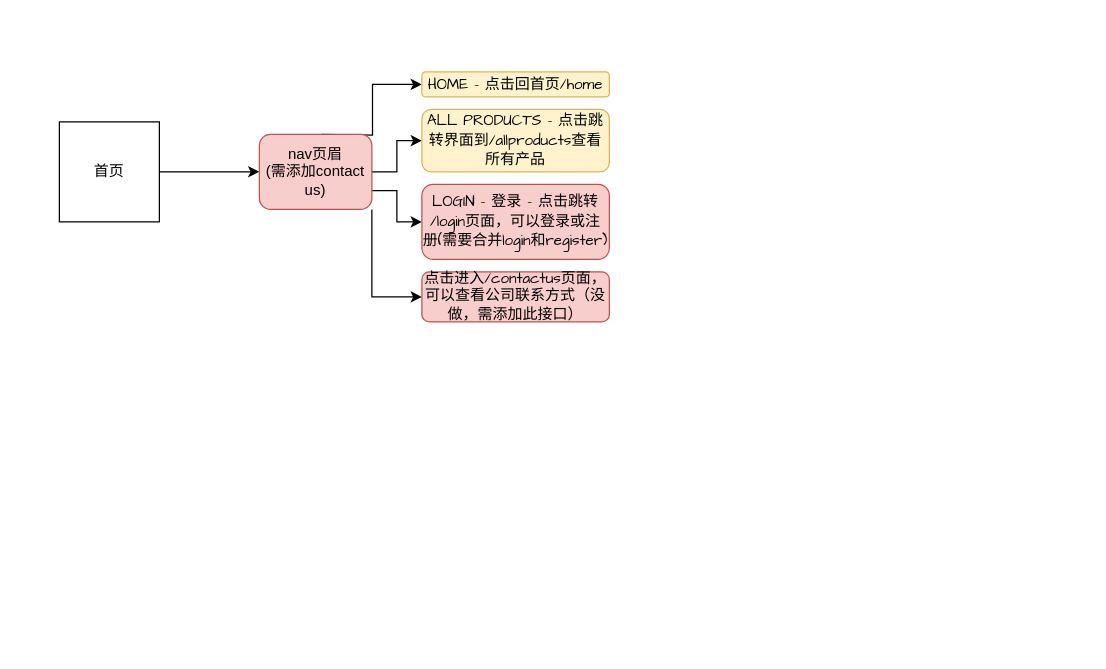
Before: Page_Diagram/pet.drawio in dzwfighting/pet, a draw.io diagram. Source tidied: cells renumbered, new cells numbered last; positions are measured from the earlier drawing's top-left corner, leaving out a move shared by most shapes. Both pictures are drawn from the tidied source at 125%, with x=0, y=0 at pixel (59, 71).
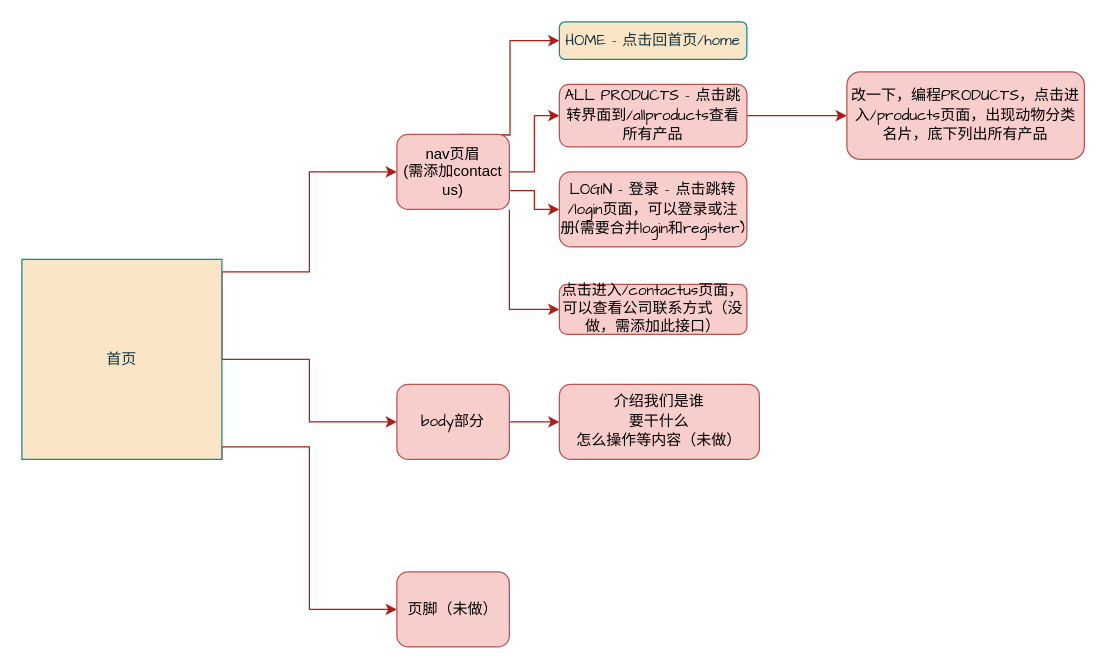
Above is the later version.

The edit, as a diff of the source:
```diff
@@
-    <mxCell id="2" style="edgeStyle=orthogonalEdgeStyle;rounded=0;jettySize=auto;html=1;exitX=1;exitY=0.5;exitDx=0;exitDy=0;" parent="1" edge="1" source="3">
+    <mxCell id="2" style="edgeStyle=orthogonalEdgeStyle;rounded=0;jettySize=auto;html=1;exitX=1;exitY=0.5;exitDx=0;exitDy=0;entryX=0;entryY=0.5;entryDx=0;entryDy=0;labelBackgroundColor=none;strokeColor=#A8201A;fontColor=default;" parent="1" edge="1" source="3" target="8">
       <mxGeometry relative="1" as="geometry">
-        <mxPoint x="160" y="79.9" as="targetPoint" />
+        <Array as="points">
+          <mxPoint x="130" y="160" />
+          <mxPoint x="200" y="160" />
+          <mxPoint x="200" y="80" />
+        </Array>
       </mxGeometry>
     </mxCell>
+    <mxCell id="13" style="edgeStyle=orthogonalEdgeStyle;rounded=0;jettySize=auto;html=1;labelBackgroundColor=none;strokeColor=#A8201A;fontColor=default;" parent="1" edge="1" source="3" target="17">
+      <mxGeometry relative="1" as="geometry">
+        <Array as="points">
+          <mxPoint x="200" y="230" />
+          <mxPoint x="200" y="280" />
+        </Array>
+      </mxGeometry>
+    </mxCell>
+    <mxCell id="14" style="edgeStyle=orthogonalEdgeStyle;rounded=0;jettySize=auto;html=1;exitX=1;exitY=1;exitDx=0;exitDy=0;entryX=0;entryY=0.5;entryDx=0;entryDy=0;strokeColor=#A8201A;fontColor=#143642;fillColor=#FAE5C7;" parent="1" edge="1" source="3" target="18">
+      <mxGeometry relative="1" as="geometry">
+        <Array as="points">
+          <mxPoint x="130" y="300" />
+          <mxPoint x="200" y="300" />
+          <mxPoint x="200" y="430" />
+        </Array>
+      </mxGeometry>
+    </mxCell>
-    <mxCell id="3" value="首页" style="whiteSpace=wrap;html=1;" parent="1" vertex="1">
-      <mxGeometry y="40" width="80" height="80" as="geometry" />
+    <mxCell id="3" value="首页" style="whiteSpace=wrap;html=1;labelBackgroundColor=none;fillColor=#FAE5C7;strokeColor=#0F8B8D;fontColor=#143642;" parent="1" vertex="1">
+      <mxGeometry x="-30" y="150" width="160" height="160" as="geometry" />
     </mxCell>
-    <mxCell id="4" style="edgeStyle=orthogonalEdgeStyle;rounded=0;jettySize=auto;html=1;entryX=0;entryY=0.5;entryDx=0;entryDy=0;" parent="1" edge="1" target="9">
+    <mxCell id="4" style="edgeStyle=orthogonalEdgeStyle;rounded=0;jettySize=auto;html=1;entryX=0;entryY=0.5;entryDx=0;entryDy=0;labelBackgroundColor=none;strokeColor=#A8201A;fontColor=default;" parent="1" edge="1" target="9">
       <mxGeometry relative="1" as="geometry">
-        <mxPoint x="210" y="50" as="sourcePoint" />
+        <mxPoint x="320" y="50" as="sourcePoint" />
       </mxGeometry>
     </mxCell>
-    <mxCell id="5" style="edgeStyle=orthogonalEdgeStyle;rounded=0;jettySize=auto;html=1;" parent="1" edge="1" source="8" target="10">
+    <mxCell id="5" style="edgeStyle=orthogonalEdgeStyle;rounded=0;jettySize=auto;html=1;labelBackgroundColor=none;strokeColor=#A8201A;fontColor=default;" parent="1" edge="1" source="8" target="10">
       <mxGeometry relative="1" as="geometry" />
     </mxCell>
-    <mxCell id="6" style="edgeStyle=orthogonalEdgeStyle;rounded=0;jettySize=auto;html=1;exitX=1;exitY=0.75;exitDx=0;exitDy=0;entryX=0;entryY=0.5;entryDx=0;entryDy=0;" parent="1" edge="1" source="8" target="11">
+    <mxCell id="6" style="edgeStyle=orthogonalEdgeStyle;rounded=0;jettySize=auto;html=1;exitX=1;exitY=0.75;exitDx=0;exitDy=0;entryX=0;entryY=0.5;entryDx=0;entryDy=0;labelBackgroundColor=none;strokeColor=#A8201A;fontColor=default;" parent="1" edge="1" source="8" target="11">
       <mxGeometry relative="1" as="geometry" />
     </mxCell>
-    <mxCell id="7" style="edgeStyle=orthogonalEdgeStyle;rounded=0;jettySize=auto;html=1;exitX=1;exitY=1;exitDx=0;exitDy=0;entryX=0;entryY=0.5;entryDx=0;entryDy=0;" parent="1" edge="1" source="8" target="12">
+    <mxCell id="7" style="edgeStyle=orthogonalEdgeStyle;rounded=0;jettySize=auto;html=1;exitX=1;exitY=1;exitDx=0;exitDy=0;entryX=0;entryY=0.5;entryDx=0;entryDy=0;labelBackgroundColor=none;strokeColor=#A8201A;fontColor=default;" parent="1" edge="1" source="8" target="12">
       <mxGeometry relative="1" as="geometry" />
     </mxCell>
-    <mxCell id="8" value="nav页眉&lt;br&gt;(需添加contact us)" style="rounded=1;whiteSpace=wrap;html=1;fillColor=#f8cecc;strokeColor=#b85450;" parent="1" vertex="1">
-      <mxGeometry x="160" y="50" width="90" height="60" as="geometry" />
+    <mxCell id="8" value="nav页眉&lt;br&gt;(需添加contact us)" style="rounded=1;whiteSpace=wrap;html=1;fillColor=#f8cecc;strokeColor=#b85450;labelBackgroundColor=none;" parent="1" vertex="1">
+      <mxGeometry x="270" y="50" width="90" height="60" as="geometry" />
     </mxCell>
-    <mxCell id="9" value="&lt;font face=&quot;Comic Sans MS&quot;&gt;HOME - 点击回首页/home&lt;/font&gt;" style="whiteSpace=wrap;html=1;rounded=1;fillColor=#fff2cc;strokeColor=#d6b656;" parent="1" vertex="1">
-      <mxGeometry x="290" width="150" height="20" as="geometry" />
+    <mxCell id="9" value="&lt;font face=&quot;Comic Sans MS&quot;&gt;HOME - 点击回首页/home&lt;/font&gt;" style="whiteSpace=wrap;html=1;rounded=1;fillColor=#FAE5C7;strokeColor=#0F8B8D;labelBackgroundColor=none;fontColor=#143642;" parent="1" vertex="1">
+      <mxGeometry x="400" y="-40" width="150" height="30" as="geometry" />
     </mxCell>
+    <mxCell id="15" style="edgeStyle=orthogonalEdgeStyle;rounded=0;jettySize=auto;html=1;strokeColor=#A8201A;fontColor=#143642;fillColor=#FAE5C7;" parent="1" edge="1" source="10" target="20">
+      <mxGeometry relative="1" as="geometry" />
+    </mxCell>
-    <mxCell id="10" value="&lt;font face=&quot;Comic Sans MS&quot;&gt;ALL PRODUCTS - 点击跳转界面到/allproducts查看所有产品&lt;/font&gt;" style="whiteSpace=wrap;html=1;rounded=1;fillColor=#fff2cc;strokeColor=#d6b656;" parent="1" vertex="1">
-      <mxGeometry x="290" y="30" width="150" height="50" as="geometry" />
+    <mxCell id="10" value="&lt;font face=&quot;Comic Sans MS&quot;&gt;ALL PRODUCTS - 点击跳转界面到/allproducts查看所有产品&lt;/font&gt;" style="whiteSpace=wrap;html=1;rounded=1;fillColor=#f8cecc;strokeColor=#b85450;labelBackgroundColor=none;" parent="1" vertex="1">
+      <mxGeometry x="400" y="10" width="150" height="50" as="geometry" />
     </mxCell>
-    <mxCell id="11" value="&lt;font face=&quot;Comic Sans MS&quot;&gt;LOGIN - 登录 - 点击跳转 /login页面，可以登录或注册(需要合并login和register)&lt;/font&gt;" style="rounded=1;whiteSpace=wrap;html=1;fillColor=#f8cecc;strokeColor=#b85450;" parent="1" vertex="1">
-      <mxGeometry x="290" y="90" width="150" height="60" as="geometry" />
+    <mxCell id="11" value="&lt;font face=&quot;Comic Sans MS&quot;&gt;LOGIN - 登录 - 点击跳转 /login页面，可以登录或注册(需要合并login和register)&lt;/font&gt;" style="rounded=1;whiteSpace=wrap;html=1;fillColor=#f8cecc;strokeColor=#b85450;labelBackgroundColor=none;" parent="1" vertex="1">
+      <mxGeometry x="400" y="80" width="150" height="60" as="geometry" />
     </mxCell>
-    <mxCell id="12" value="点击进入/contactus页面，可以查看公司联系方式（没做，需添加此接口）" style="rounded=1;whiteSpace=wrap;html=1;fontFamily=Comic Sans MS;fillColor=#f8cecc;strokeColor=#b85450;" parent="1" vertex="1">
-      <mxGeometry x="290" y="160" width="150" height="40" as="geometry" />
+    <mxCell id="12" value="点击进入/contactus页面，可以查看公司联系方式（没做，需添加此接口）" style="rounded=1;whiteSpace=wrap;html=1;fontFamily=Comic Sans MS;fillColor=#f8cecc;strokeColor=#b85450;labelBackgroundColor=none;" parent="1" vertex="1">
+      <mxGeometry x="400" y="170" width="150" height="40" as="geometry" />
     </mxCell>
+    <mxCell id="16" style="edgeStyle=orthogonalEdgeStyle;rounded=0;jettySize=auto;html=1;strokeColor=#A8201A;fontColor=#143642;fillColor=#FAE5C7;" parent="1" edge="1" source="17" target="19">
+      <mxGeometry relative="1" as="geometry" />
+    </mxCell>
+    <mxCell id="17" value="&lt;font face=&quot;Comic Sans MS&quot;&gt;body部分&lt;/font&gt;" style="rounded=1;whiteSpace=wrap;html=1;fillColor=#f8cecc;strokeColor=#b85450;labelBackgroundColor=none;" parent="1" vertex="1">
+      <mxGeometry x="270" y="250" width="90" height="60" as="geometry" />
+    </mxCell>
+    <mxCell id="18" value="&lt;font face=&quot;Comic Sans MS&quot;&gt;页脚（未做）&lt;/font&gt;" style="rounded=1;whiteSpace=wrap;html=1;labelBackgroundColor=none;fillColor=#f8cecc;strokeColor=#b85450;" parent="1" vertex="1">
+      <mxGeometry x="270" y="400" width="90" height="60" as="geometry" />
+    </mxCell>
+    <mxCell id="19" value="&lt;font face=&quot;Comic Sans MS&quot;&gt;介绍我们是谁&lt;br&gt;要干什么&lt;br&gt;怎么操作等内容（未做）&lt;br&gt;&lt;/font&gt;" style="rounded=1;whiteSpace=wrap;html=1;fillColor=#f8cecc;strokeColor=#b85450;labelBackgroundColor=none;" parent="1" vertex="1">
+      <mxGeometry x="400" y="250" width="160" height="60" as="geometry" />
+    </mxCell>
+    <mxCell id="20" value="&lt;font face=&quot;Comic Sans MS&quot;&gt;改一下，编程PRODUCTS，点击进入/products页面，出现动物分类名片，底下列出所有产品&lt;/font&gt;" style="whiteSpace=wrap;html=1;rounded=1;fillColor=#f8cecc;strokeColor=#b85450;labelBackgroundColor=none;" parent="1" vertex="1">
+      <mxGeometry x="630" width="190" height="70" as="geometry" />
+    </mxCell>
```
